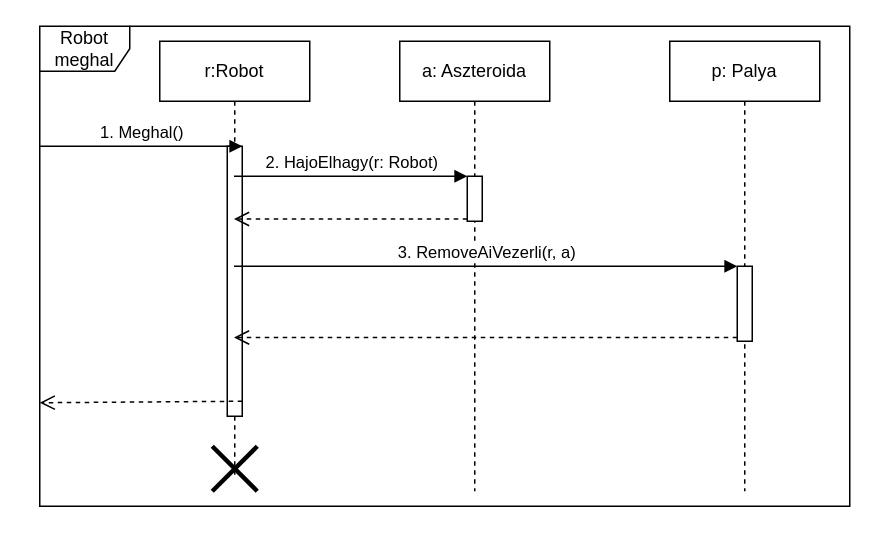
Earlier version of the draw.io diagram doc/uml/robot meghal.drawio (torpeBoiGo/aszteroidabanyaszat). Source tidied: cells renumbered, new cells numbered last; positions are measured from the earlier drawing's top-left corner, leaving out a move shared by most shapes. Both pictures are drawn from the tidied source at 150%, with x=0, y=0 at pixel (39, 26).
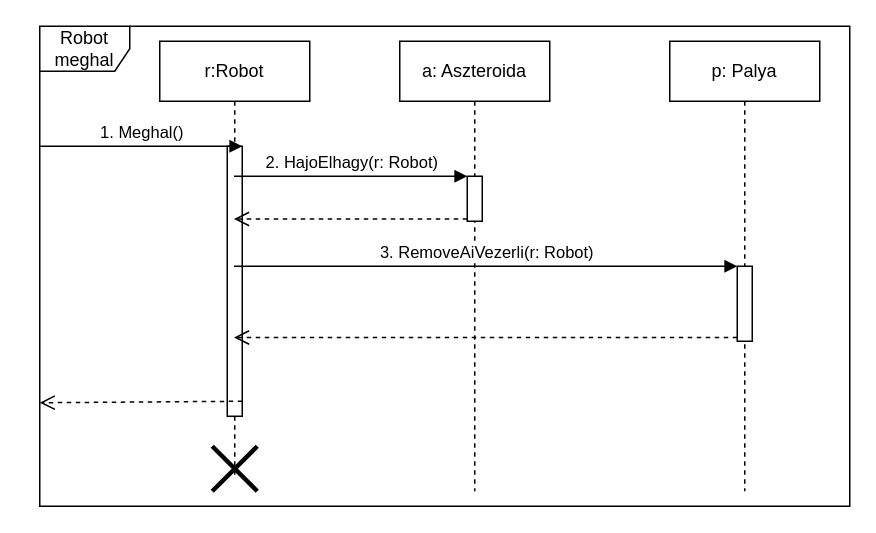
After the change.

Commit message:
Update robot meghal.drawio: removeAIvezerli() parameter javitasa

The edit, as a diff of the source:
```diff
@@
 <mxGraphModel>
   <root>
     <mxCell id="0" />
     <mxCell id="1" parent="0" />
     <mxCell id="2" value="Robot meghal" style="shape=umlFrame;whiteSpace=wrap;html=1;" parent="1" vertex="1">
       <mxGeometry width="540" height="320" as="geometry" />
     </mxCell>
     <mxCell id="3" value="r:Robot" style="shape=umlLifeline;perimeter=lifelinePerimeter;whiteSpace=wrap;html=1;outlineConnect=0;" parent="1" vertex="1">
       <mxGeometry x="80" y="10" width="100" height="290" as="geometry" />
     </mxCell>
     <mxCell id="4" style="html=1;points=[];perimeter=orthogonalPerimeter;" parent="3" vertex="1">
       <mxGeometry x="45" y="70" width="10" height="180" as="geometry" />
     </mxCell>
     <mxCell id="5" style="html=1;verticalAlign=bottom;endArrow=open;dashed=1;endSize=8;" parent="3" edge="1">
       <mxGeometry x="0.65" y="-67" relative="1" as="geometry">
         <mxPoint x="55" y="240" as="sourcePoint" />
         <mxPoint x="-80" y="241" as="targetPoint" />
       </mxGeometry>
     </mxCell>
     <mxCell id="6" style="shape=umlDestroy;whiteSpace=wrap;html=1;strokeWidth=3;" parent="3" vertex="1">
       <mxGeometry x="35" y="270" width="30" height="30" as="geometry" />
     </mxCell>
     <mxCell id="7" value="a: Aszteroida" style="shape=umlLifeline;perimeter=lifelinePerimeter;whiteSpace=wrap;html=1;" parent="1" vertex="1">
       <mxGeometry x="240" y="10" width="100" height="300" as="geometry" />
     </mxCell>
     <mxCell id="8" style="html=1;points=[];perimeter=orthogonalPerimeter;" parent="7" vertex="1">
       <mxGeometry x="45" y="90" width="10" height="30" as="geometry" />
     </mxCell>
     <mxCell id="9" value="2. HajoElhagy(r: Robot)" style="html=1;verticalAlign=bottom;endArrow=block;entryX=0;entryY=0;" parent="1" edge="1" source="3" target="8">
       <mxGeometry relative="1" as="geometry">
         <Array as="points">
           <mxPoint x="220" y="100" />
         </Array>
       </mxGeometry>
     </mxCell>
     <mxCell id="10" style="html=1;verticalAlign=bottom;endArrow=open;dashed=1;endSize=8;exitX=0;exitY=0.95;" parent="1" edge="1" source="8" target="3">
       <mxGeometry relative="1" as="geometry" />
     </mxCell>
     <mxCell id="11" value="p: Palya" style="shape=umlLifeline;perimeter=lifelinePerimeter;whiteSpace=wrap;html=1;" parent="1" vertex="1">
       <mxGeometry x="420" y="10" width="100" height="300" as="geometry" />
     </mxCell>
     <mxCell id="12" style="html=1;points=[];perimeter=orthogonalPerimeter;" parent="11" vertex="1">
       <mxGeometry x="45" y="150" width="10" height="50" as="geometry" />
     </mxCell>
-    <mxCell id="13" value="3. RemoveAiVezerli(r, a)" style="html=1;verticalAlign=bottom;endArrow=block;entryX=0;entryY=0;" parent="1" edge="1" source="3" target="12">
+    <mxCell id="13" value="3. RemoveAiVezerli(r: Robot)" style="html=1;verticalAlign=bottom;endArrow=block;entryX=0;entryY=0;" parent="1" edge="1" source="3" target="12">
       <mxGeometry relative="1" as="geometry" />
     </mxCell>
     <mxCell id="14" style="html=1;verticalAlign=bottom;endArrow=open;dashed=1;endSize=8;exitX=0;exitY=0.95;" parent="1" edge="1" source="12" target="3">
       <mxGeometry x="-0.2" y="62" relative="1" as="geometry" />
     </mxCell>
     <mxCell id="15" value="1. Meghal()" style="html=1;verticalAlign=bottom;endArrow=block;entryX=1;entryY=0;exitX=0;exitY=0.25;exitDx=0;exitDy=0;exitPerimeter=0;" parent="1" edge="1" source="2" target="4">
       <mxGeometry relative="1" as="geometry" />
     </mxCell>
   </root>
 </mxGraphModel>
```
